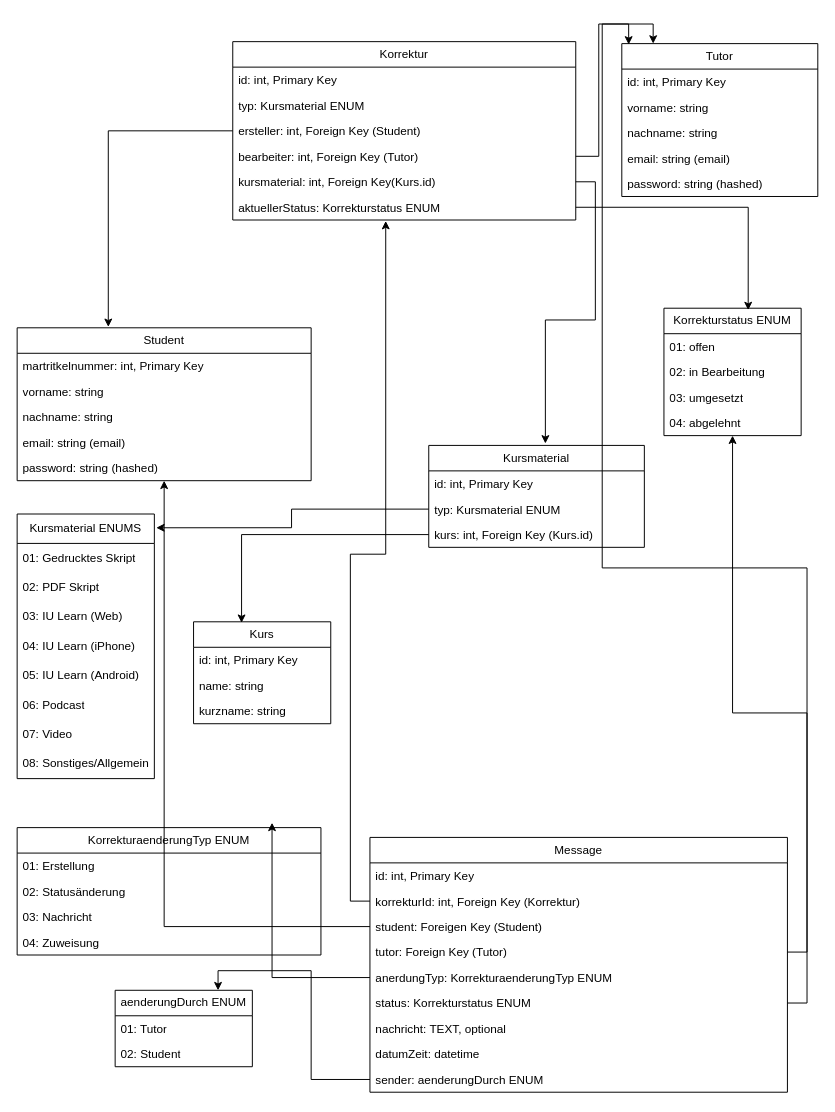
markus-zschoch-iubh/projekt-software-engineering keeps this draw.io diagram as Modell.drawio. Above is the earlier version. Source tidied: cells renumbered, new cells numbered last; positions are measured from the earlier drawing's top-left corner, leaving out a move shared by most shapes. Both pictures are drawn from the tidied source at 98%, with x=0, y=0 at pixel (17, 41).
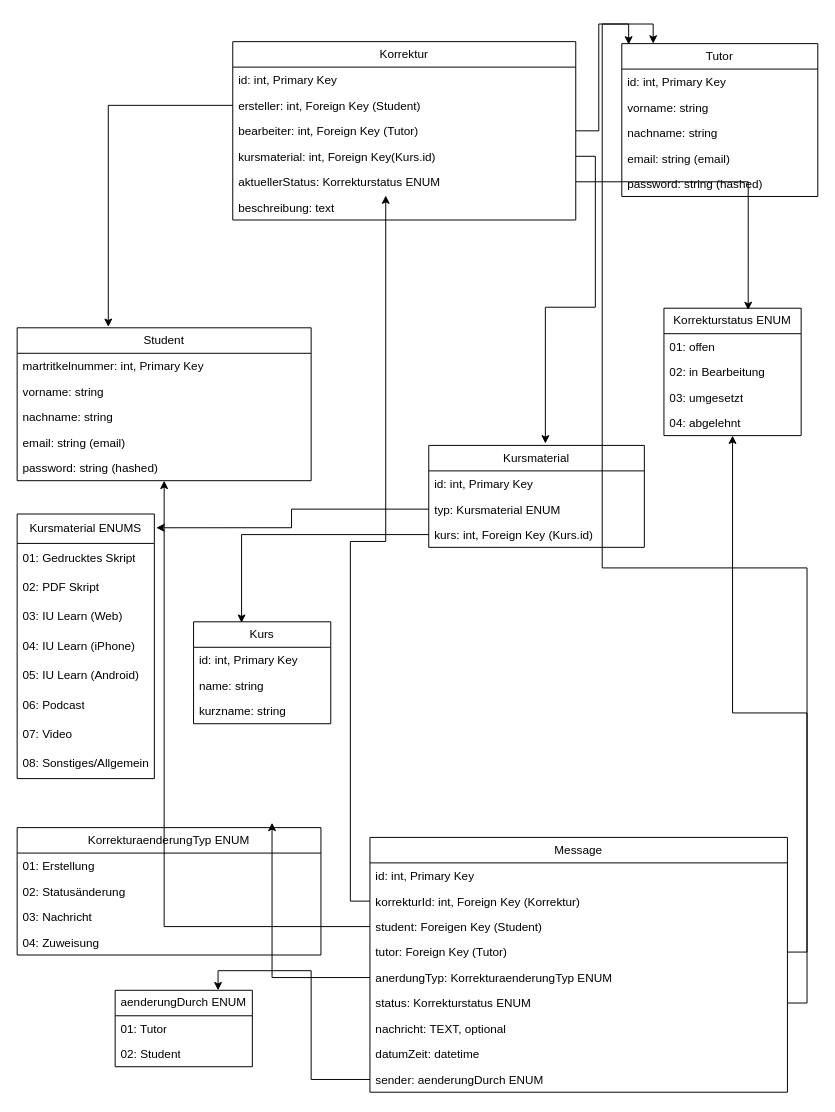
After the change.

Unchanged cells that the change refers to:
```xml
<mxCell id="8" value="Korrektur" style="swimlane;fontStyle=0;horizontal=1;startSize=26;fillColor=none;whiteSpace=wrap;html=1;" parent="1" vertex="1">
  <mxGeometry x="220" width="350" height="182" as="geometry" />
</mxCell>
```

Change to the diagram source:
```diff
@@
-    <mxCell id="10" value="typ: Kursmaterial ENUM" style="text;strokeColor=none;fillColor=none;align=left;verticalAlign=top;spacingLeft=4;spacingRight=4;overflow=hidden;whiteSpace=wrap;html=1;" parent="8" vertex="1">
-      <mxGeometry y="52" width="350" height="26" as="geometry" />
-    </mxCell>
     <mxCell id="11" value="ersteller: int, Foreign Key (Student)" style="text;strokeColor=none;fillColor=none;align=left;verticalAlign=top;spacingLeft=4;spacingRight=4;overflow=hidden;points=[[0,0.5],[1,0.5]];portConstraint=eastwest;whiteSpace=wrap;html=1;" parent="8" vertex="1">
-      <mxGeometry y="78" width="350" height="26" as="geometry" />
+      <mxGeometry y="52" width="350" height="26" as="geometry" />
     </mxCell>
     <mxCell id="12" value="bearbeiter: int, Foreign Key (Tutor)" style="text;strokeColor=none;fillColor=none;align=left;verticalAlign=top;spacingLeft=4;spacingRight=4;overflow=hidden;points=[[0,0.5],[1,0.5]];portConstraint=eastwest;whiteSpace=wrap;html=1;" parent="8" vertex="1">
-      <mxGeometry y="104" width="350" height="26" as="geometry" />
+      <mxGeometry y="78" width="350" height="26" as="geometry" />
     </mxCell>
     <mxCell id="13" value="kursmaterial: int, Foreign Key(Kurs.id)" style="text;strokeColor=none;fillColor=none;align=left;verticalAlign=top;spacingLeft=4;spacingRight=4;overflow=hidden;points=[[0,0.5],[1,0.5]];portConstraint=eastwest;whiteSpace=wrap;html=1;" parent="8" vertex="1">
-      <mxGeometry y="130" width="350" height="26" as="geometry" />
+      <mxGeometry y="104" width="350" height="26" as="geometry" />
     </mxCell>
     <mxCell id="14" value="aktuellerStatus: Korrekturstatus ENUM" style="text;strokeColor=none;fillColor=none;align=left;verticalAlign=top;spacingLeft=4;spacingRight=4;overflow=hidden;points=[[0,0.5],[1,0.5]];portConstraint=eastwest;whiteSpace=wrap;html=1;" parent="8" vertex="1">
-      <mxGeometry y="156" width="350" height="26" as="geometry" />
+      <mxGeometry y="130" width="350" height="26" as="geometry" />
     </mxCell>
+    <mxCell id="73" value="beschreibung: text" style="text;strokeColor=none;fillColor=none;align=left;verticalAlign=top;spacingLeft=4;spacingRight=4;overflow=hidden;whiteSpace=wrap;html=1;" parent="8" vertex="1">
+      <mxGeometry y="156" width="350" height="26" as="geometry" />
+    </mxCell>
```
